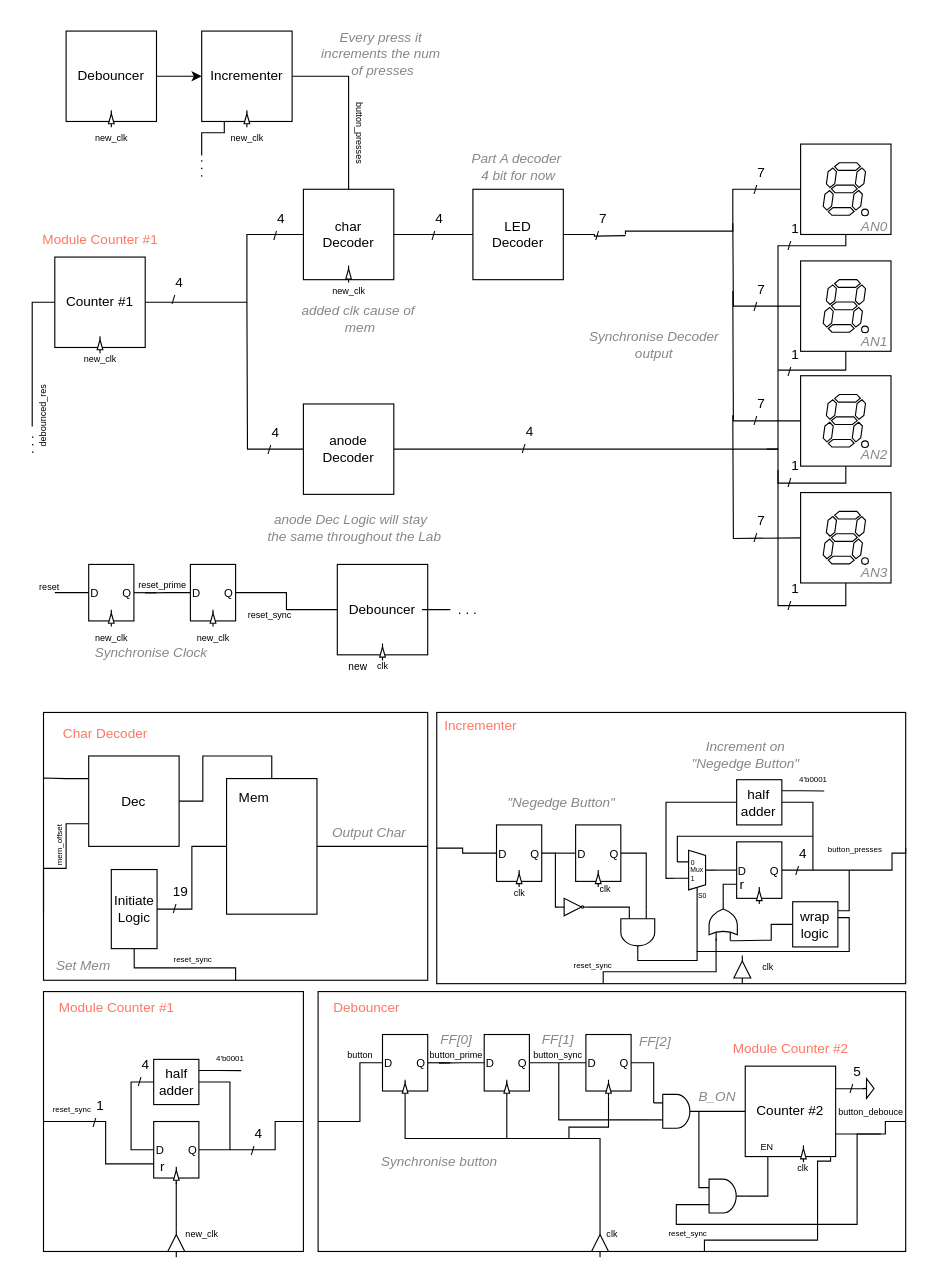
This is Lab1/DataFlow/PART_C.drawio from PANAGIVTHS/Vivado-Projects, a draw.io file, before an edit. Source tidied: cells renumbered, new cells numbered last; positions are measured from the earlier drawing's top-left corner, leaving out a move shared by most shapes. Both pictures are drawn from the tidied source at 113%, with x=0, y=0 at pixel (-2, 19).
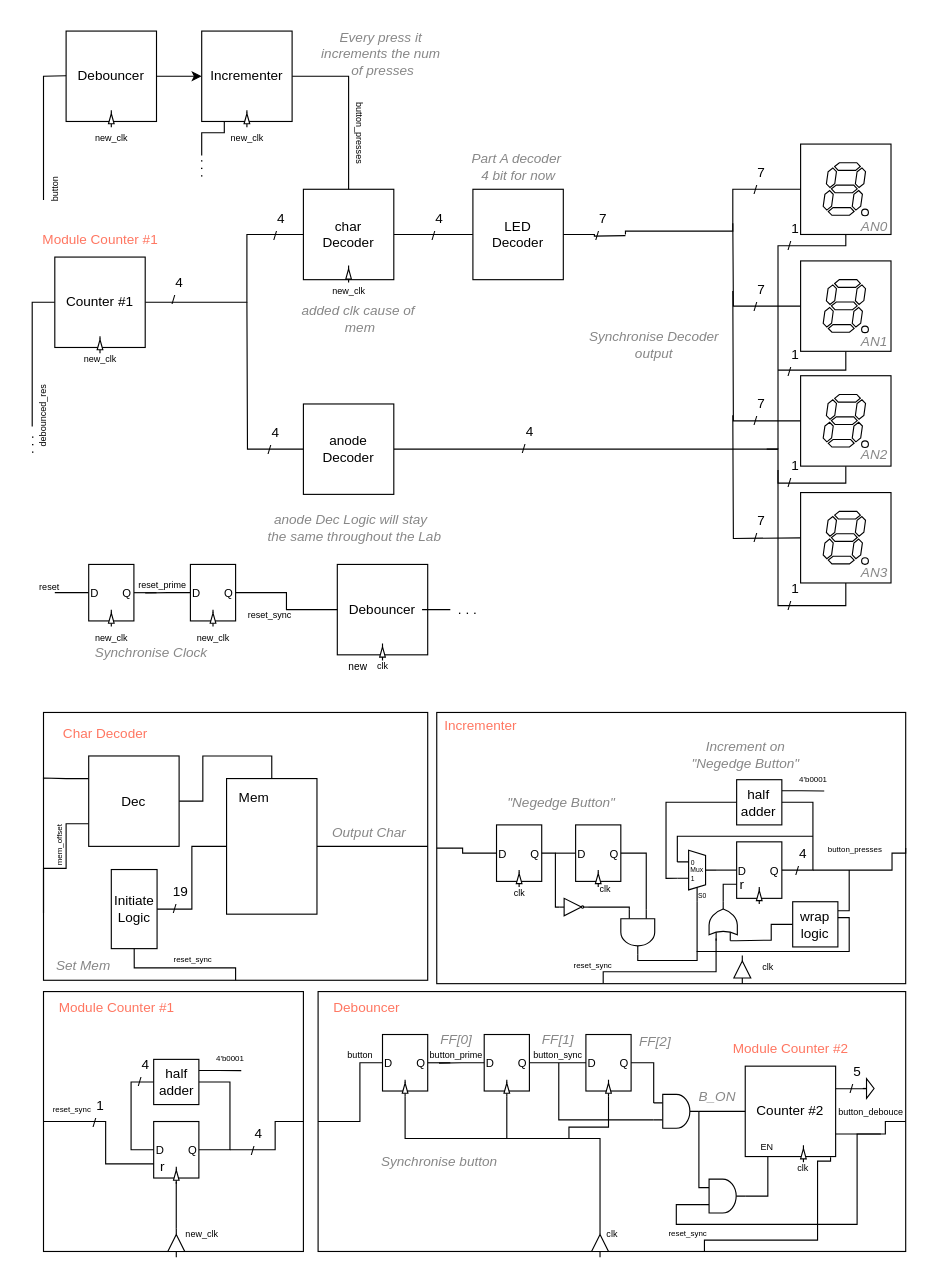
The same diagram, later.

Diff of the diagram source:
```diff
@@
+    <mxCell id="219" style="edgeStyle=orthogonalEdgeStyle;rounded=0;orthogonalLoop=1;jettySize=auto;html=1;exitX=0;exitY=0.5;exitDx=0;exitDy=0;endArrow=none;endFill=0;" parent="1" edge="1">
+      <mxGeometry relative="1" as="geometry">
+        <mxPoint x="60" y="49.5" as="sourcePoint" />
+        <mxPoint x="40" y="159.5" as="targetPoint" />
+      </mxGeometry>
+    </mxCell>
+    <mxCell id="220" value="button" style="text;html=1;align=center;verticalAlign=middle;strokeColor=none;fillColor=none;fontSize=8;rotation=-90;" parent="1" vertex="1">
+      <mxGeometry x="25" y="140.5" width="50" height="20" as="geometry" />
+    </mxCell>
```
